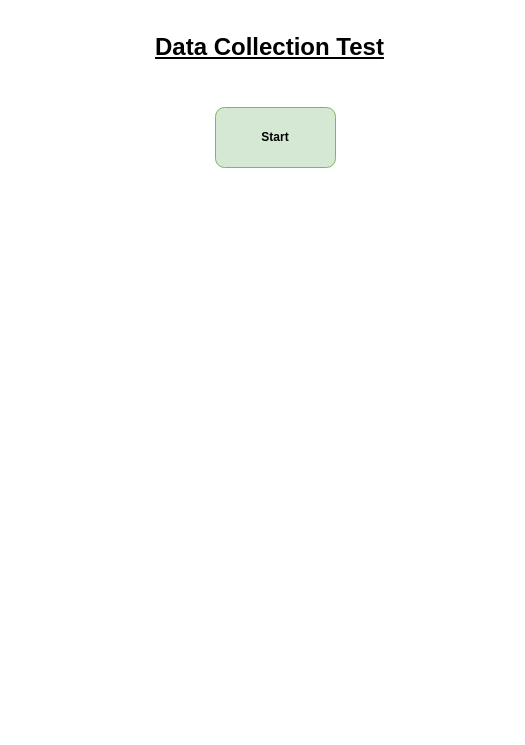
Before: page "DataCollectionTest" (2 of 2) of ProductionTestCompatabilityFLOWCHARTS.drawio in SydneySwofford/Notes, a draw.io diagram. Source tidied: cells renumbered, new cells numbered last; positions are measured from the earlier drawing's top-left corner, leaving out a move shared by most shapes. Both pictures are drawn from the tidied source at 100%, with x=0, y=0 at pixel (150, 27).
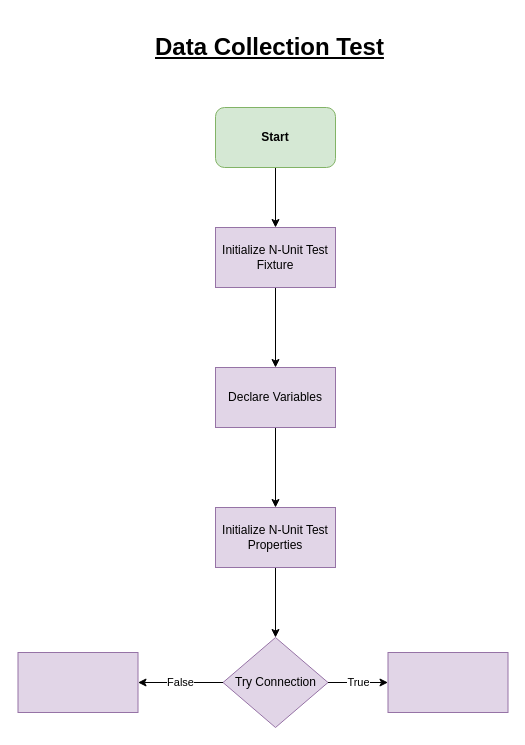
After the change.

The edit, as a diff of the source:
```diff
@@
 <mxGraphModel>
   <root>
     <mxCell id="0" />
     <mxCell id="1" parent="0" />
     <mxCell id="2" value="&lt;h1&gt;&lt;u&gt;Data Collection Test&lt;/u&gt;&lt;/h1&gt;" style="text;html=1;strokeColor=none;fillColor=none;spacing=5;spacingTop=-20;whiteSpace=wrap;overflow=hidden;rounded=0;" parent="1" vertex="1">
       <mxGeometry width="250" height="40" as="geometry" />
     </mxCell>
+    <mxCell id="4" style="edgeStyle=orthogonalEdgeStyle;rounded=0;jettySize=auto;html=1;" parent="1" edge="1" source="3" target="6">
+      <mxGeometry relative="1" as="geometry" />
+    </mxCell>
     <mxCell id="3" value="&lt;b&gt;Start&lt;/b&gt;" style="rounded=1;whiteSpace=wrap;html=1;fillColor=#d5e8d4;strokeColor=#82b366;" parent="1" vertex="1">
       <mxGeometry x="65" y="80" width="120" height="60" as="geometry" />
     </mxCell>
+    <mxCell id="5" style="edgeStyle=orthogonalEdgeStyle;rounded=0;jettySize=auto;html=1;" parent="1" edge="1" source="6" target="8">
+      <mxGeometry relative="1" as="geometry" />
+    </mxCell>
+    <mxCell id="6" value="Initialize N-Unit Test Fixture" style="rounded=0;whiteSpace=wrap;html=1;fillColor=#e1d5e7;strokeColor=#9673a6;" parent="1" vertex="1">
+      <mxGeometry x="65" y="200" width="120" height="60" as="geometry" />
+    </mxCell>
+    <mxCell id="7" style="edgeStyle=orthogonalEdgeStyle;rounded=0;jettySize=auto;html=1;" parent="1" edge="1" source="8" target="10">
+      <mxGeometry relative="1" as="geometry" />
+    </mxCell>
+    <mxCell id="8" value="Declare Variables" style="whiteSpace=wrap;html=1;fillColor=#e1d5e7;strokeColor=#9673a6;rounded=0;" parent="1" vertex="1">
+      <mxGeometry x="65" y="340" width="120" height="60" as="geometry" />
+    </mxCell>
+    <mxCell id="9" style="edgeStyle=orthogonalEdgeStyle;rounded=0;jettySize=auto;html=1;" parent="1" edge="1" source="10" target="13">
+      <mxGeometry relative="1" as="geometry" />
+    </mxCell>
+    <mxCell id="10" value="Initialize N-Unit Test Properties" style="whiteSpace=wrap;html=1;fillColor=#e1d5e7;strokeColor=#9673a6;rounded=0;" parent="1" vertex="1">
+      <mxGeometry x="65" y="480" width="120" height="60" as="geometry" />
+    </mxCell>
+    <mxCell id="11" value="False" style="edgeStyle=orthogonalEdgeStyle;rounded=0;jettySize=auto;html=1;" parent="1" edge="1" source="13" target="14">
+      <mxGeometry relative="1" as="geometry" />
+    </mxCell>
+    <mxCell id="12" value="True" style="edgeStyle=orthogonalEdgeStyle;rounded=0;jettySize=auto;html=1;" parent="1" edge="1" source="13" target="15">
+      <mxGeometry relative="1" as="geometry" />
+    </mxCell>
+    <mxCell id="13" value="Try Connection" style="rhombus;whiteSpace=wrap;html=1;fillColor=#e1d5e7;strokeColor=#9673a6;rounded=0;" parent="1" vertex="1">
+      <mxGeometry x="72.5" y="610" width="105" height="90" as="geometry" />
+    </mxCell>
+    <mxCell id="14" style="whiteSpace=wrap;html=1;fillColor=#e1d5e7;strokeColor=#9673a6;rounded=0;" parent="1" vertex="1">
+      <mxGeometry x="-132.5" y="625" width="120" height="60" as="geometry" />
+    </mxCell>
+    <mxCell id="15" style="whiteSpace=wrap;html=1;fillColor=#e1d5e7;strokeColor=#9673a6;rounded=0;" parent="1" vertex="1">
+      <mxGeometry x="237.5" y="625" width="120" height="60" as="geometry" />
+    </mxCell>
   </root>
 </mxGraphModel>
```
